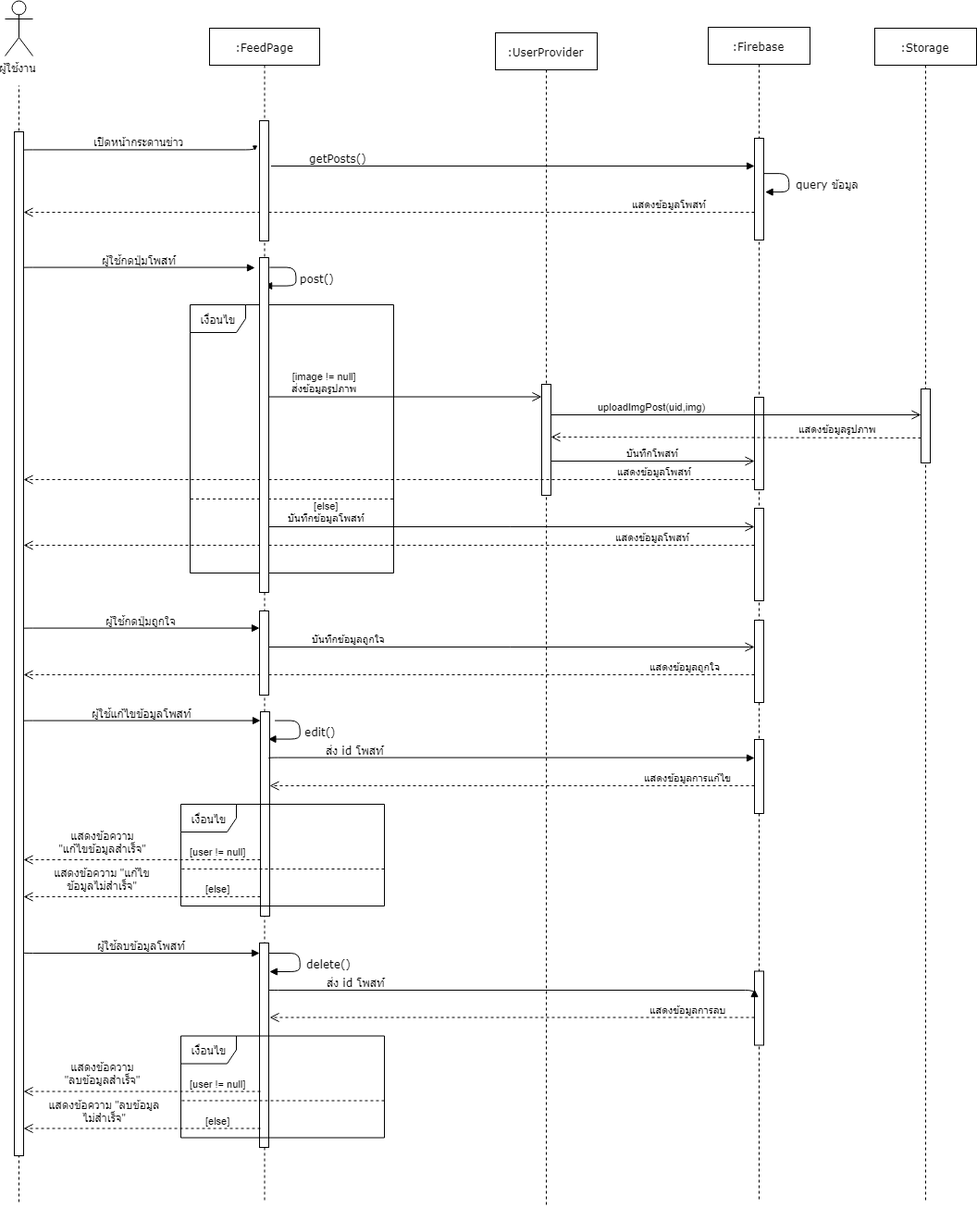
This is Document/Latex/Figures/3/Sequence/feed.png from Inwfour/Latex, a draw.io export, as it was before one commit. Source tidied: cells renumbered, new cells last; positions are measured from the earlier drawing's top-left corner, leaving out a move shared by most shapes.
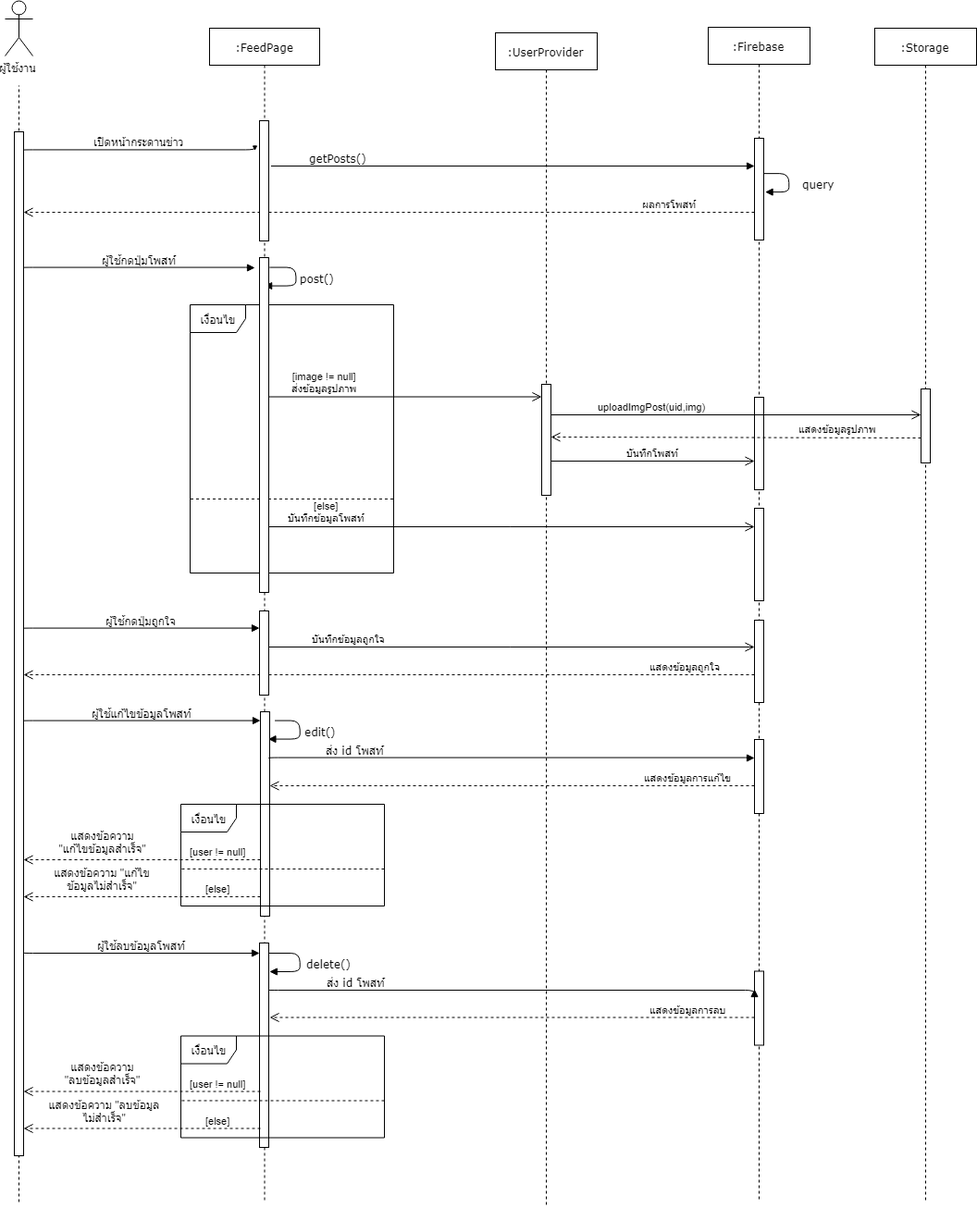
Later version of the same file.

What changed in the source:
```diff
@@ -41,7 +41,7 @@
     <mxCell id="10" style="html=1;points=[];perimeter=orthogonalPerimeter;rounded=0;shadow=0;comic=0;labelBackgroundColor=none;strokeColor=#000000;strokeWidth=1;fillColor=#FFFFFF;fontFamily=Verdana;fontSize=12;fontColor=#000000;align=center;" parent="1" vertex="1">
       <mxGeometry x="10" y="142" width="10" height="1107" as="geometry" />
     </mxCell>
-    <mxCell id="11" value="แสดงข้อมูลโพสท์" style="html=1;verticalAlign=bottom;endArrow=open;dashed=1;endSize=8;" parent="1" edge="1" source="19">
+    <mxCell id="11" value="ผลการโพสท์" style="html=1;verticalAlign=bottom;endArrow=open;dashed=1;endSize=8;" parent="1" edge="1" source="19">
       <mxGeometry x="-0.77" relative="1" as="geometry">
         <mxPoint x="20" y="229" as="targetPoint" />
       </mxGeometry>
@@ -81,15 +81,15 @@
     <mxCell id="19" style="html=1;points=[];perimeter=orthogonalPerimeter;rounded=0;shadow=0;comic=0;labelBackgroundColor=none;strokeColor=#000000;strokeWidth=1;fillColor=#FFFFFF;fontFamily=Verdana;fontSize=12;fontColor=#000000;align=center;" parent="1" vertex="1">
       <mxGeometry x="810" y="149" width="10" height="110" as="geometry" />
     </mxCell>
-    <mxCell id="20" value="query ข้อมูล" style="html=1;verticalAlign=bottom;endArrow=block;labelBackgroundColor=none;fontFamily=Verdana;fontSize=12;edgeStyle=orthogonalEdgeStyle;elbow=vertical;exitX=1.183;exitY=0.2;exitDx=0;exitDy=0;exitPerimeter=0;" parent="1" edge="1">
-      <mxGeometry x="0.29" y="-42" relative="1" as="geometry">
+    <mxCell id="20" value="query" style="html=1;verticalAlign=bottom;endArrow=block;labelBackgroundColor=none;fontFamily=Verdana;fontSize=12;edgeStyle=orthogonalEdgeStyle;elbow=vertical;exitX=1.183;exitY=0.2;exitDx=0;exitDy=0;exitPerimeter=0;" parent="1" edge="1">
+      <mxGeometry x="0.28" y="-32" relative="1" as="geometry">
         <mxPoint x="820.1" y="186.9" as="sourcePoint" />
         <mxPoint x="821" y="207" as="targetPoint" />
         <Array as="points">
           <mxPoint x="848" y="187" />
           <mxPoint x="848" y="207" />
         </Array>
-        <mxPoint x="42" y="42" as="offset" />
+        <mxPoint x="32" y="32" as="offset" />
       </mxGeometry>
     </mxCell>
     <mxCell id="21" value="ผู้ใช้กดปุ่มโพสท์" style="html=1;verticalAlign=bottom;endArrow=block;labelBackgroundColor=none;fontFamily=Verdana;fontSize=12;edgeStyle=elbowEdgeStyle;elbow=vertical;" parent="1" edge="1">
@@ -133,22 +133,11 @@
         <mxPoint x="810" y="498" as="targetPoint" />
       </mxGeometry>
     </mxCell>
-    <mxCell id="30" value="แสดงข้อมูลโพสท์" style="html=1;verticalAlign=bottom;endArrow=open;dashed=1;endSize=8;" parent="1" edge="1" source="16">
-      <mxGeometry x="-0.73" relative="1" as="geometry">
-        <mxPoint x="20" y="518" as="targetPoint" />
-      </mxGeometry>
-    </mxCell>
     <mxCell id="31" value="[else]&lt;br&gt;บันทึกข้อมูลโพสท์&lt;br&gt;" style="html=1;verticalAlign=bottom;endArrow=open;endSize=8;" parent="1" edge="1" target="18">
       <mxGeometry x="-0.76" relative="1" as="geometry">
         <mxPoint x="285" y="569" as="sourcePoint" />
       </mxGeometry>
     </mxCell>
-    <mxCell id="32" value="แสดงข้อมูลโพสท์" style="html=1;verticalAlign=bottom;endArrow=open;dashed=1;endSize=8;" parent="1" edge="1">
-      <mxGeometry x="-0.72" relative="1" as="geometry">
-        <mxPoint x="810" y="589" as="sourcePoint" />
-        <mxPoint x="20" y="589" as="targetPoint" />
-      </mxGeometry>
-    </mxCell>
     <mxCell id="33" value="ผู้ใช้กดปุ่มถูกใจ" style="html=1;verticalAlign=bottom;endArrow=block;labelBackgroundColor=none;fontFamily=Verdana;fontSize=12;edgeStyle=elbowEdgeStyle;elbow=vertical;" parent="1" edge="1" target="39">
       <mxGeometry relative="1" as="geometry">
         <mxPoint x="20" y="678.9" as="sourcePoint" />
```
